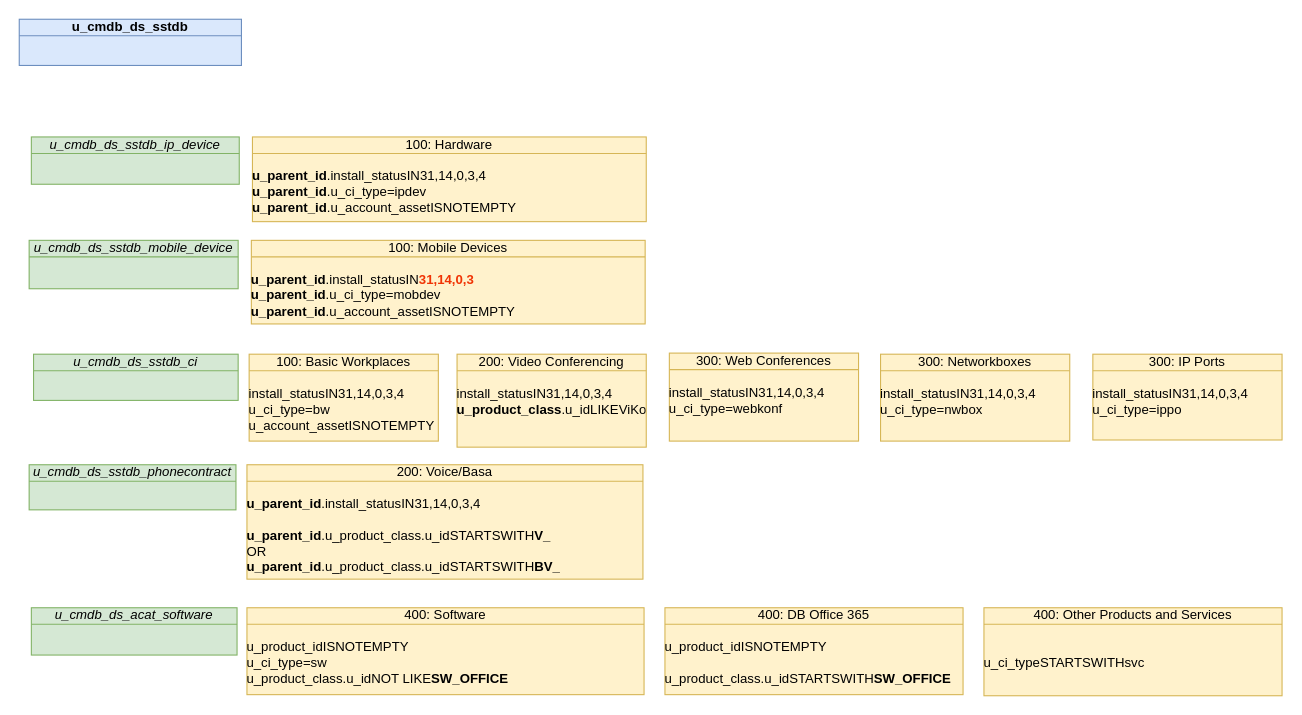
The draw.io diagram page "CategoV2" (10 of 16) of DBs.drawio in algimas/tmp, before the edit. Source tidied: cells renumbered, new cells numbered last; positions are measured from the earlier drawing's top-left corner, leaving out a move shared by most shapes. Both pictures are drawn from the tidied source at 110%, with x=0, y=0 at pixel (19, 19).
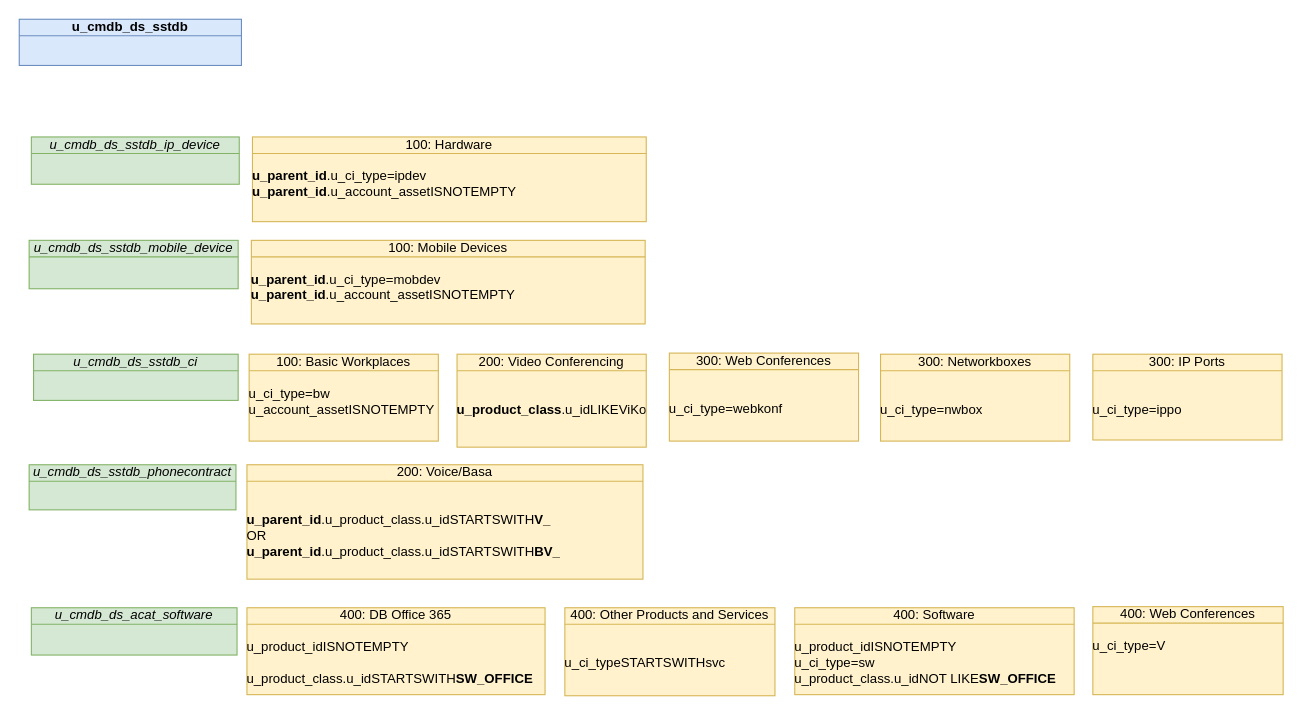
After the change.

The edit, as a diff of the source:
```diff
@@
 <mxGraphModel>
   <root>
     <mxCell id="0" />
     <mxCell id="1" parent="0" />
     <mxCell id="2" value="u_cmdb_ds_sstdb" style="html=1;whiteSpace=wrap;fillColor=#dae8fc;shape=mxgraph.archimate3.businessObject;overflow=fill;strokeColor=#6c8ebf;fontStyle=1;" parent="1" vertex="1">
       <mxGeometry width="202" height="42" as="geometry" />
     </mxCell>
     <mxCell id="3" value="u_cmdb_ds_sstdb_ci" style="html=1;whiteSpace=wrap;fillColor=#d5e8d4;shape=mxgraph.archimate3.businessObject;overflow=fill;strokeColor=#82b366;fontStyle=2;" parent="1" vertex="1">
       <mxGeometry x="13" y="304.5" width="186" height="42" as="geometry" />
     </mxCell>
     <mxCell id="4" value="u_cmdb_ds_sstdb_ip_device" style="html=1;whiteSpace=wrap;fillColor=#d5e8d4;shape=mxgraph.archimate3.businessObject;overflow=fill;strokeColor=#82b366;fontStyle=2;" parent="1" vertex="1">
       <mxGeometry x="11" y="107" width="189" height="43" as="geometry" />
     </mxCell>
     <mxCell id="5" value="u_cmdb_ds_sstdb_phonecontract" style="html=1;whiteSpace=wrap;fillColor=#d5e8d4;shape=mxgraph.archimate3.businessObject;overflow=fill;strokeColor=#82b366;fontStyle=2;" parent="1" vertex="1">
       <mxGeometry x="9" y="405" width="188" height="41" as="geometry" />
     </mxCell>
     <mxCell id="6" value="u_cmdb_ds_sstdb_mobile_device" style="html=1;whiteSpace=wrap;fillColor=#d5e8d4;shape=mxgraph.archimate3.businessObject;overflow=fill;strokeColor=#82b366;fontStyle=2;" parent="1" vertex="1">
       <mxGeometry x="9" y="201" width="190" height="44" as="geometry" />
     </mxCell>
     <mxCell id="7" value="u_cmdb_ds_acat_software" style="html=1;whiteSpace=wrap;fillColor=#d5e8d4;shape=mxgraph.archimate3.businessObject;overflow=fill;strokeColor=#82b366;fontStyle=2;" parent="1" vertex="1">
       <mxGeometry x="11" y="535" width="187" height="43" as="geometry" />
     </mxCell>
     <mxCell id="8" value="400: Other Products and Services&lt;br&gt;&lt;br&gt;&lt;div style=&quot;text-align: left;&quot;&gt;&lt;span style=&quot;background-color: initial;&quot;&gt;&lt;br&gt;&lt;/span&gt;&lt;/div&gt;&lt;div style=&quot;text-align: left;&quot;&gt;&lt;span style=&quot;background-color: initial;&quot;&gt;u_ci_typeSTARTSWITHsvc&lt;/span&gt;&lt;/div&gt;" style="html=1;whiteSpace=wrap;fillColor=#fff2cc;shape=mxgraph.archimate3.businessObject;overflow=fill;strokeColor=#d6b656;" parent="1" vertex="1">
-      <mxGeometry x="877" y="535" width="271" height="80" as="geometry" />
+      <mxGeometry x="496" y="535" width="191" height="80" as="geometry" />
     </mxCell>
     <mxCell id="9" value="400:&amp;nbsp;DB Office 365&lt;br&gt;&lt;br&gt;&lt;div style=&quot;text-align: left;&quot;&gt;&lt;span style=&quot;background-color: initial;&quot;&gt;u_product_idISNOTEMPTY&lt;/span&gt;&lt;/div&gt;&lt;div style=&quot;text-align: left;&quot;&gt;&lt;span style=&quot;background-color: initial;&quot;&gt;&lt;br&gt;&lt;/span&gt;&lt;/div&gt;&lt;div style=&quot;text-align: left;&quot;&gt;&lt;span style=&quot;background-color: initial;&quot;&gt;u_product_class.u_idSTARTSWITH&lt;b&gt;SW_OFFICE&lt;/b&gt;&lt;/span&gt;&lt;/div&gt;" style="html=1;whiteSpace=wrap;fillColor=#fff2cc;shape=mxgraph.archimate3.businessObject;overflow=fill;strokeColor=#d6b656;" parent="1" vertex="1">
-      <mxGeometry x="587" y="535" width="271" height="79" as="geometry" />
+      <mxGeometry x="207" y="535" width="271" height="79" as="geometry" />
     </mxCell>
     <mxCell id="10" value="400:&amp;nbsp;Software&lt;br&gt;&lt;br&gt;&lt;div style=&quot;text-align: left;&quot;&gt;&lt;span style=&quot;background-color: initial;&quot;&gt;u_product_idISNOTEMPTY&lt;/span&gt;&lt;/div&gt;&lt;div style=&quot;text-align: left;&quot;&gt;&lt;span style=&quot;background-color: initial;&quot;&gt;u_ci_type=sw&lt;/span&gt;&lt;/div&gt;&lt;div style=&quot;text-align: left;&quot;&gt;&lt;span style=&quot;background-color: initial;&quot;&gt;u_product_class.u_idNOT LIKE&lt;b&gt;SW_OFFICE&lt;/b&gt;&lt;/span&gt;&lt;/div&gt;" style="html=1;whiteSpace=wrap;fillColor=#fff2cc;shape=mxgraph.archimate3.businessObject;overflow=fill;strokeColor=#d6b656;" parent="1" vertex="1">
-      <mxGeometry x="207" y="535" width="361" height="79" as="geometry" />
+      <mxGeometry x="705" y="535" width="254" height="79" as="geometry" />
     </mxCell>
-    <mxCell id="11" value="200: Video Conferencing&lt;br&gt;&lt;br&gt;&lt;div style=&quot;text-align: left;&quot;&gt;&lt;span style=&quot;background-color: initial;&quot;&gt;install_statusIN31,14,0,3,4&lt;/span&gt;&lt;/div&gt;&lt;div style=&quot;text-align: left;&quot;&gt;&lt;span style=&quot;background-color: initial;&quot;&gt;&lt;b&gt;u_product_class&lt;/b&gt;.u_idLIKEViKo&lt;/span&gt;&lt;/div&gt;" style="html=1;whiteSpace=wrap;fillColor=#fff2cc;shape=mxgraph.archimate3.businessObject;overflow=fill;strokeColor=#d6b656;" parent="1" vertex="1">
+    <mxCell id="11" value="200: Video Conferencing&lt;br&gt;&lt;br&gt;&lt;div style=&quot;text-align: left;&quot;&gt;&lt;br&gt;&lt;/div&gt;&lt;div style=&quot;text-align: left;&quot;&gt;&lt;span style=&quot;background-color: initial;&quot;&gt;&lt;b&gt;u_product_class&lt;/b&gt;.u_idLIKEViKo&lt;/span&gt;&lt;/div&gt;" style="html=1;whiteSpace=wrap;fillColor=#fff2cc;shape=mxgraph.archimate3.businessObject;overflow=fill;strokeColor=#d6b656;" parent="1" vertex="1">
       <mxGeometry x="398" y="304.5" width="172" height="84.5" as="geometry" />
     </mxCell>
-    <mxCell id="12" value="&lt;div style=&quot;text-align: center;&quot;&gt;&lt;span style=&quot;background-color: initial;&quot;&gt;100: Hardware&lt;/span&gt;&lt;/div&gt;&lt;br&gt;&lt;b&gt;u_parent_id&lt;/b&gt;.install_statusIN31,14,0,3,4&lt;br&gt;&lt;b&gt;u_parent_id&lt;/b&gt;.u_ci_type=ipdev&lt;br&gt;&lt;b&gt;u_parent_id&lt;/b&gt;.u_account_assetISNOTEMPTY" style="html=1;whiteSpace=wrap;fillColor=#fff2cc;shape=mxgraph.archimate3.businessObject;overflow=fill;strokeColor=#d6b656;align=left;" parent="1" vertex="1">
+    <mxCell id="12" value="&lt;div style=&quot;text-align: center;&quot;&gt;&lt;span style=&quot;background-color: initial;&quot;&gt;100: Hardware&lt;/span&gt;&lt;/div&gt;&lt;br&gt;&lt;b&gt;u_parent_id&lt;/b&gt;.u_ci_type=ipdev&lt;br&gt;&lt;b&gt;u_parent_id&lt;/b&gt;.u_account_assetISNOTEMPTY" style="html=1;whiteSpace=wrap;fillColor=#fff2cc;shape=mxgraph.archimate3.businessObject;overflow=fill;strokeColor=#d6b656;align=left;" parent="1" vertex="1">
       <mxGeometry x="212" y="107" width="358" height="77" as="geometry" />
     </mxCell>
-    <mxCell id="13" value="300: Web Conferences&lt;br&gt;&lt;br&gt;&lt;div style=&quot;text-align: left;&quot;&gt;install_statusIN31,14,0,3,4&lt;/div&gt;&lt;div style=&quot;text-align: left;&quot;&gt;u_ci_type=webkonf&lt;br&gt;&lt;/div&gt;" style="html=1;whiteSpace=wrap;fillColor=#fff2cc;shape=mxgraph.archimate3.businessObject;overflow=fill;strokeColor=#d6b656;" parent="1" vertex="1">
+    <mxCell id="13" value="300: Web Conferences&lt;br&gt;&lt;br&gt;&lt;div style=&quot;text-align: left;&quot;&gt;&lt;br&gt;&lt;/div&gt;&lt;div style=&quot;text-align: left;&quot;&gt;u_ci_type=webkonf&lt;br&gt;&lt;/div&gt;" style="html=1;whiteSpace=wrap;fillColor=#fff2cc;shape=mxgraph.archimate3.businessObject;overflow=fill;strokeColor=#d6b656;" parent="1" vertex="1">
       <mxGeometry x="591" y="303.5" width="172" height="80" as="geometry" />
     </mxCell>
-    <mxCell id="14" value="100: Basic Workplaces&lt;br&gt;&lt;br&gt;&lt;div style=&quot;text-align: left;&quot;&gt;install_statusIN31,14,0,3,4&lt;/div&gt;&lt;div style=&quot;text-align: left;&quot;&gt;u_ci_type=bw&lt;/div&gt;&lt;div style=&quot;text-align: left;&quot;&gt;u_account_assetISNOTEMPTY&lt;br&gt;&lt;/div&gt;" style="html=1;whiteSpace=wrap;fillColor=#fff2cc;shape=mxgraph.archimate3.businessObject;overflow=fill;strokeColor=#d6b656;" parent="1" vertex="1">
+    <mxCell id="14" value="100: Basic Workplaces&lt;br&gt;&lt;span style=&quot;background-color: initial;&quot;&gt;&lt;br&gt;&lt;div style=&quot;text-align: left;&quot;&gt;&lt;span style=&quot;background-color: initial;&quot;&gt;u_ci_type=bw&lt;/span&gt;&lt;/div&gt;&lt;/span&gt;&lt;div style=&quot;text-align: left;&quot;&gt;u_account_assetISNOTEMPTY&lt;br&gt;&lt;/div&gt;" style="html=1;whiteSpace=wrap;fillColor=#fff2cc;shape=mxgraph.archimate3.businessObject;overflow=fill;strokeColor=#d6b656;" parent="1" vertex="1">
       <mxGeometry x="209" y="304.5" width="172" height="79" as="geometry" />
     </mxCell>
-    <mxCell id="15" value="300: Networkboxes&lt;br&gt;&lt;br&gt;&lt;div style=&quot;text-align: left;&quot;&gt;install_statusIN31,14,0,3,4&lt;/div&gt;&lt;div style=&quot;text-align: left;&quot;&gt;u_ci_type=nwbox&lt;br&gt;&lt;/div&gt;" style="html=1;whiteSpace=wrap;fillColor=#fff2cc;shape=mxgraph.archimate3.businessObject;overflow=fill;strokeColor=#d6b656;" parent="1" vertex="1">
+    <mxCell id="15" value="300: Networkboxes&lt;br&gt;&lt;br&gt;&lt;div style=&quot;text-align: left;&quot;&gt;&lt;br&gt;&lt;/div&gt;&lt;div style=&quot;text-align: left;&quot;&gt;u_ci_type=nwbox&lt;br&gt;&lt;/div&gt;" style="html=1;whiteSpace=wrap;fillColor=#fff2cc;shape=mxgraph.archimate3.businessObject;overflow=fill;strokeColor=#d6b656;" parent="1" vertex="1">
       <mxGeometry x="783" y="304.5" width="172" height="79" as="geometry" />
     </mxCell>
-    <mxCell id="16" value="300: IP Ports&lt;br&gt;&lt;br&gt;&lt;div style=&quot;text-align: left;&quot;&gt;install_statusIN31,14,0,3,4&lt;/div&gt;&lt;div style=&quot;text-align: left;&quot;&gt;u_ci_type=ippo&lt;br&gt;&lt;/div&gt;" style="html=1;whiteSpace=wrap;fillColor=#fff2cc;shape=mxgraph.archimate3.businessObject;overflow=fill;strokeColor=#d6b656;" parent="1" vertex="1">
+    <mxCell id="16" value="300: IP Ports&lt;br&gt;&lt;br&gt;&lt;div style=&quot;text-align: left;&quot;&gt;&lt;br&gt;&lt;/div&gt;&lt;div style=&quot;text-align: left;&quot;&gt;u_ci_type=ippo&lt;br&gt;&lt;/div&gt;" style="html=1;whiteSpace=wrap;fillColor=#fff2cc;shape=mxgraph.archimate3.businessObject;overflow=fill;strokeColor=#d6b656;" parent="1" vertex="1">
       <mxGeometry x="976" y="304.5" width="172" height="78" as="geometry" />
     </mxCell>
-    <mxCell id="17" value="100: Mobile Devices&lt;br&gt;&lt;br&gt;&lt;div style=&quot;text-align: left;&quot;&gt;&lt;b&gt;u_parent_id&lt;/b&gt;.install_statusIN&lt;b&gt;&lt;font color=&quot;#f03405&quot;&gt;31,14,0,3&lt;/font&gt;&lt;/b&gt;&lt;br&gt;&lt;/div&gt;&lt;div style=&quot;text-align: left;&quot;&gt;&lt;span style=&quot;background-color: initial;&quot;&gt;&lt;b&gt;u_parent_id&lt;/b&gt;.u_ci_type=mobdev&lt;/span&gt;&lt;br&gt;&lt;/div&gt;&lt;div style=&quot;text-align: left;&quot;&gt;&lt;b&gt;u_parent_id&lt;/b&gt;.u_account_assetISNOTEMPTY&lt;span style=&quot;background-color: initial;&quot;&gt;&lt;br&gt;&lt;/span&gt;&lt;/div&gt;" style="html=1;whiteSpace=wrap;fillColor=#fff2cc;shape=mxgraph.archimate3.businessObject;overflow=fill;strokeColor=#d6b656;" parent="1" vertex="1">
+    <mxCell id="17" value="100: Mobile Devices&lt;br&gt;&lt;br&gt;&lt;div style=&quot;text-align: left;&quot;&gt;&lt;b style=&quot;background-color: initial;&quot;&gt;u_parent_id&lt;/b&gt;&lt;span style=&quot;background-color: initial;&quot;&gt;.u_ci_type=mobdev&lt;/span&gt;&lt;br&gt;&lt;/div&gt;&lt;div style=&quot;text-align: left;&quot;&gt;&lt;b&gt;u_parent_id&lt;/b&gt;.u_account_assetISNOTEMPTY&lt;span style=&quot;background-color: initial;&quot;&gt;&lt;br&gt;&lt;/span&gt;&lt;/div&gt;" style="html=1;whiteSpace=wrap;fillColor=#fff2cc;shape=mxgraph.archimate3.businessObject;overflow=fill;strokeColor=#d6b656;" parent="1" vertex="1">
       <mxGeometry x="211" y="201" width="358" height="76" as="geometry" />
     </mxCell>
-    <mxCell id="18" value="200: Voice/Basa&lt;br&gt;&lt;br&gt;&lt;div style=&quot;text-align: left;&quot;&gt;&lt;b&gt;u_parent_id&lt;/b&gt;.install_statusIN31,14,0,3,4&lt;/div&gt;&lt;div style=&quot;text-align: left;&quot;&gt;&lt;br&gt;&lt;/div&gt;&lt;div style=&quot;text-align: left;&quot;&gt;&lt;b&gt;u_parent_id&lt;/b&gt;.u_product_class.u_idSTARTSWITH&lt;b&gt;V_&lt;/b&gt;&lt;/div&gt;&lt;div style=&quot;text-align: left;&quot;&gt;OR&lt;/div&gt;&lt;div style=&quot;text-align: left;&quot;&gt;&lt;span style=&quot;background-color: initial;&quot;&gt;&lt;b&gt;u_parent_id&lt;/b&gt;.u_product_class.u_idSTARTSWITH&lt;b&gt;BV_&lt;/b&gt;&lt;/span&gt;&lt;br&gt;&lt;/div&gt;" style="html=1;whiteSpace=wrap;fillColor=#fff2cc;shape=mxgraph.archimate3.businessObject;overflow=fill;strokeColor=#d6b656;" parent="1" vertex="1">
+    <mxCell id="18" value="200: Voice/Basa&lt;br&gt;&lt;br&gt;&lt;div style=&quot;text-align: left;&quot;&gt;&lt;br&gt;&lt;/div&gt;&lt;div style=&quot;text-align: left;&quot;&gt;&lt;b&gt;u_parent_id&lt;/b&gt;.u_product_class.u_idSTARTSWITH&lt;b&gt;V_&lt;/b&gt;&lt;/div&gt;&lt;div style=&quot;text-align: left;&quot;&gt;OR&lt;/div&gt;&lt;div style=&quot;text-align: left;&quot;&gt;&lt;span style=&quot;background-color: initial;&quot;&gt;&lt;b&gt;u_parent_id&lt;/b&gt;.u_product_class.u_idSTARTSWITH&lt;b&gt;BV_&lt;/b&gt;&lt;/span&gt;&lt;br&gt;&lt;/div&gt;" style="html=1;whiteSpace=wrap;fillColor=#fff2cc;shape=mxgraph.archimate3.businessObject;overflow=fill;strokeColor=#d6b656;" parent="1" vertex="1">
       <mxGeometry x="207" y="405" width="360" height="104" as="geometry" />
     </mxCell>
+    <mxCell id="19" value="400: Web Conferences&lt;br&gt;&lt;div style=&quot;text-align: left;&quot;&gt;&lt;span style=&quot;background-color: initial;&quot;&gt;&lt;br&gt;&lt;/span&gt;&lt;/div&gt;&lt;div style=&quot;text-align: left;&quot;&gt;&lt;span style=&quot;background-color: initial;&quot;&gt;u_ci_type=V&lt;/span&gt;&lt;/div&gt;" style="html=1;whiteSpace=wrap;fillColor=#fff2cc;shape=mxgraph.archimate3.businessObject;overflow=fill;strokeColor=#d6b656;" parent="1" vertex="1">
+      <mxGeometry x="976" y="534" width="173" height="80" as="geometry" />
+    </mxCell>
   </root>
 </mxGraphModel>
```
